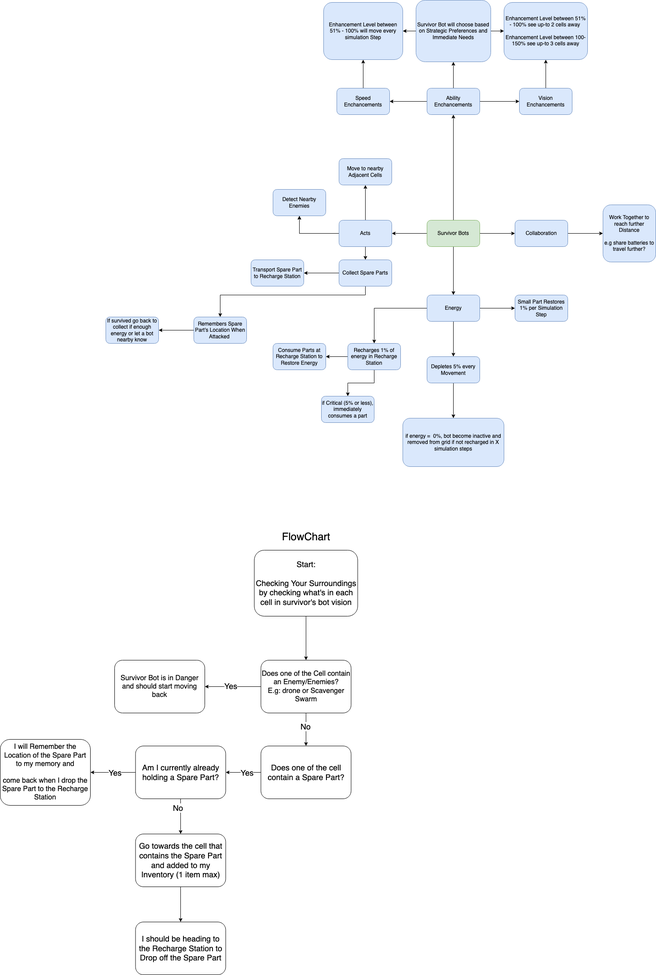
The draw.io diagram diagrams/Survivor_Bots.drawio.png in Raul-Prisecaru/Techburg-city, before a commit. Source tidied: cells renumbered, new cells last; positions are measured from the earlier drawing's top-left corner, leaving out a move shared by most shapes.
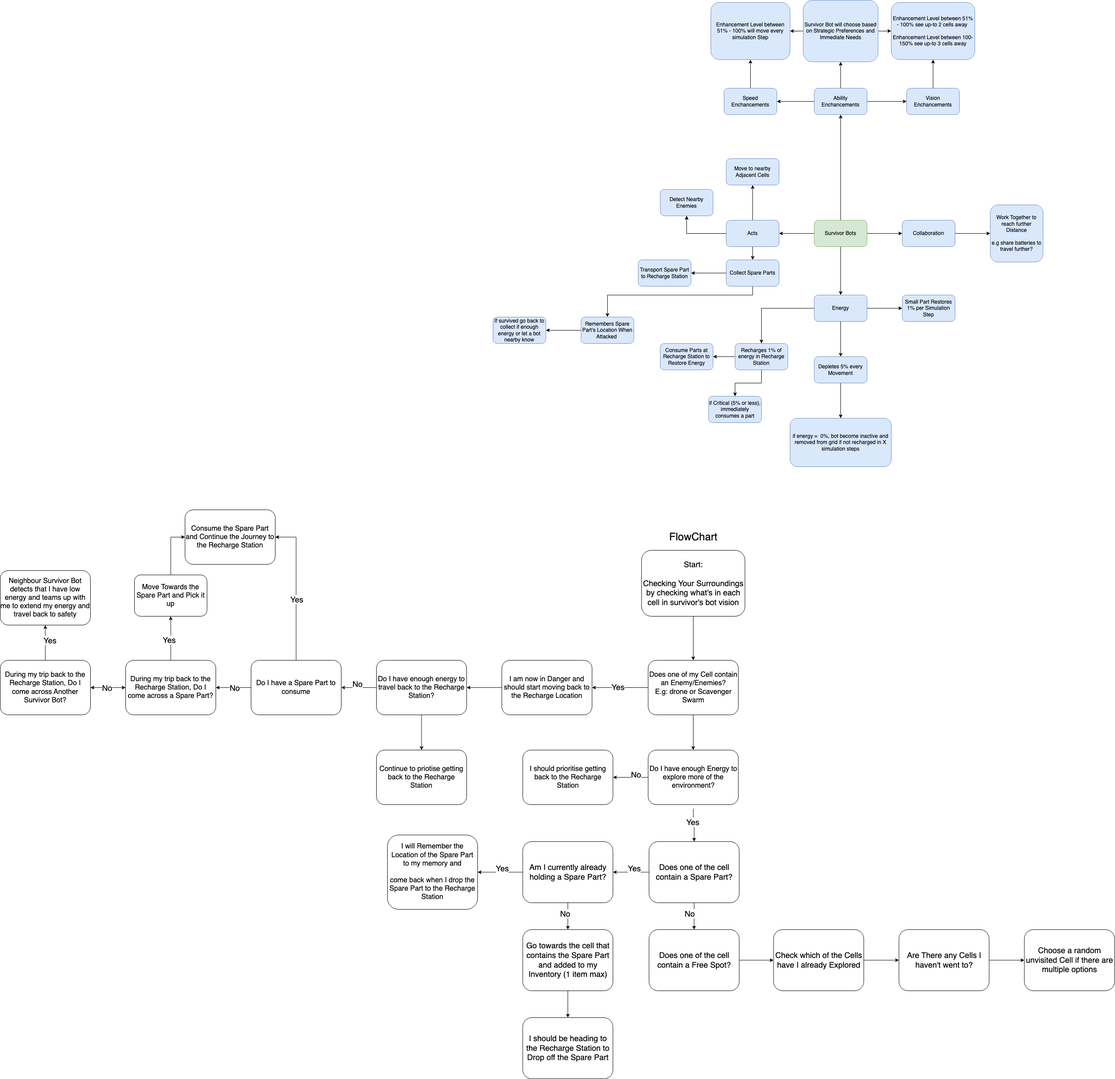
Above is the later version.

Commit message:
Added: Continued to add further Logic to the Act function Flowchart

Change to the diagram source:
```diff
@@ -166,23 +166,34 @@
     <mxCell id="54" value="&lt;font style=&quot;font-size: 18px;&quot;&gt;Yes&lt;/font&gt;" style="edgeLabel;html=1;align=center;verticalAlign=middle;" parent="53" vertex="1">
       <mxGeometry x="0.08" y="-2" relative="1" as="geometry" />
     </mxCell>
-    <mxCell id="55" style="edgeStyle=orthogonalEdgeStyle;rounded=0;jettySize=auto;html=1;" parent="1" edge="1" source="56" target="59">
-      <mxGeometry relative="1" as="geometry" />
+    <mxCell id="55" style="edgeStyle=orthogonalEdgeStyle;rounded=0;jettySize=auto;html=1;" parent="1" edge="1" target="59">
+      <mxGeometry relative="1" as="geometry">
+        <mxPoint x="695" y="1837" as="sourcePoint" />
+      </mxGeometry>
     </mxCell>
+    <mxCell id="71" style="edgeStyle=orthogonalEdgeStyle;rounded=0;jettySize=auto;html=1;" parent="1" edge="1" source="56" target="82">
+      <mxGeometry relative="1" as="geometry" />
+    </mxCell>
-    <mxCell id="56" value="&lt;font size=&quot;3&quot;&gt;Does one of the Cell contain an Enemy/Enemies?&lt;br&gt;E.g: drone or Scavenger Swarm&lt;br&gt;&lt;/font&gt;" style="rounded=1;whiteSpace=wrap;html=1;" parent="1" vertex="1">
-      <mxGeometry x="592.5" y="1500" width="205" height="120" as="geometry" />
+    <mxCell id="56" value="&lt;font size=&quot;3&quot;&gt;Does one of my Cell contain an Enemy/Enemies?&lt;br&gt;E.g: drone or Scavenger Swarm&lt;br&gt;&lt;/font&gt;" style="rounded=1;whiteSpace=wrap;html=1;" parent="1" vertex="1">
+      <mxGeometry x="592.5" y="1500" width="205" height="124" as="geometry" />
     </mxCell>
+    <mxCell id="72" style="edgeStyle=orthogonalEdgeStyle;rounded=0;jettySize=auto;html=1;" parent="1" edge="1" source="57" target="88">
+      <mxGeometry relative="1" as="geometry" />
+    </mxCell>
-    <mxCell id="57" value="&lt;font size=&quot;3&quot;&gt;Survivor Bot is in Danger and should start moving back&lt;br&gt;&lt;/font&gt;" style="rounded=1;whiteSpace=wrap;html=1;" parent="1" vertex="1">
-      <mxGeometry x="260" y="1500" width="205" height="120" as="geometry" />
+    <mxCell id="57" value="&lt;font size=&quot;3&quot;&gt;I am now in Danger and should start moving back to the Recharge Location&lt;br&gt;&lt;/font&gt;" style="rounded=1;whiteSpace=wrap;html=1;" parent="1" vertex="1">
+      <mxGeometry x="260" y="1500" width="205" height="124" as="geometry" />
     </mxCell>
     <mxCell id="58" style="edgeStyle=orthogonalEdgeStyle;rounded=0;jettySize=auto;html=1;" parent="1" edge="1" source="59" target="63">
       <mxGeometry relative="1" as="geometry" />
     </mxCell>
+    <mxCell id="73" style="edgeStyle=orthogonalEdgeStyle;rounded=0;jettySize=auto;html=1;" parent="1" edge="1" source="59" target="75">
+      <mxGeometry relative="1" as="geometry" />
+    </mxCell>
     <mxCell id="59" value="&lt;font style=&quot;font-size: 18px;&quot;&gt;Does one of the cell contain a Spare Part?&lt;/font&gt;" style="rounded=1;whiteSpace=wrap;html=1;" parent="1" vertex="1">
-      <mxGeometry x="592.5" y="1695" width="205" height="120" as="geometry" />
+      <mxGeometry x="594.5" y="1912" width="205" height="139" as="geometry" />
     </mxCell>
     <mxCell id="60" value="&lt;font size=&quot;3&quot;&gt;I will Remember the Location of the Spare Part to my memory and&lt;br&gt;&lt;br&gt;come back when I drop the Spare Part to the Recharge Station&lt;br&gt;&lt;/font&gt;" style="rounded=1;whiteSpace=wrap;html=1;" parent="1" vertex="1">
-      <mxGeometry y="1680" width="205" height="150" as="geometry" />
+      <mxGeometry y="1897" width="205" height="169" as="geometry" />
     </mxCell>
     <mxCell id="61" style="edgeStyle=orthogonalEdgeStyle;rounded=0;jettySize=auto;html=1;" parent="1" edge="1" source="63" target="60">
       <mxGeometry relative="1" as="geometry" />
@@ -191,32 +202,153 @@
       <mxGeometry relative="1" as="geometry" />
     </mxCell>
     <mxCell id="63" value="&lt;font style=&quot;font-size: 18px;&quot;&gt;Am I currently already holding a Spare Part?&lt;/font&gt;" style="rounded=1;whiteSpace=wrap;html=1;" parent="1" vertex="1">
-      <mxGeometry x="307.5" y="1695" width="205" height="120" as="geometry" />
+      <mxGeometry x="307.5" y="1912" width="205" height="139" as="geometry" />
     </mxCell>
     <mxCell id="64" style="edgeStyle=orthogonalEdgeStyle;rounded=0;jettySize=auto;html=1;" parent="1" edge="1" source="65" target="70">
       <mxGeometry relative="1" as="geometry" />
     </mxCell>
     <mxCell id="65" value="&lt;span style=&quot;font-size: 18px;&quot;&gt;Go towards the cell that contains the Spare Part and added to my Inventory (1 item max)&lt;/span&gt;" style="rounded=1;whiteSpace=wrap;html=1;" parent="1" vertex="1">
-      <mxGeometry x="307.5" y="1895" width="205" height="120" as="geometry" />
+      <mxGeometry x="307.5" y="2112" width="205" height="139" as="geometry" />
     </mxCell>
-    <mxCell id="66" value="&lt;font style=&quot;font-size: 18px;&quot;&gt;No&lt;/font&gt;" style="edgeLabel;html=1;align=center;verticalAlign=middle;" parent="1" vertex="1">
-      <mxGeometry x="697" y="1650" as="geometry">
+    <mxCell id="66" value="&lt;font style=&quot;font-size: 18px;&quot;&gt;Yes&lt;/font&gt;" style="edgeLabel;html=1;align=center;verticalAlign=middle;" parent="1" vertex="1">
+      <mxGeometry x="697" y="1867" as="geometry">
         <mxPoint x="-4" as="offset" />
       </mxGeometry>
     </mxCell>
     <mxCell id="67" value="&lt;font style=&quot;font-size: 18px;&quot;&gt;Yes&lt;/font&gt;" style="edgeLabel;html=1;align=center;verticalAlign=middle;" parent="1" vertex="1">
-      <mxGeometry x="560" y="1755" as="geometry" />
+      <mxGeometry x="560" y="1972" as="geometry" />
     </mxCell>
     <mxCell id="68" value="&lt;font style=&quot;font-size: 18px;&quot;&gt;Yes&lt;/font&gt;" style="edgeLabel;html=1;align=center;verticalAlign=middle;" parent="1" vertex="1">
-      <mxGeometry x="260" y="1755" as="geometry" />
+      <mxGeometry x="260" y="1972" as="geometry" />
     </mxCell>
     <mxCell id="69" value="&lt;font style=&quot;font-size: 18px;&quot;&gt;No&lt;/font&gt;" style="edgeLabel;html=1;align=center;verticalAlign=middle;" parent="1" vertex="1">
-      <mxGeometry x="410" y="1840" as="geometry">
+      <mxGeometry x="410" y="2080" as="geometry">
         <mxPoint x="-7" y="-5" as="offset" />
       </mxGeometry>
     </mxCell>
     <mxCell id="70" value="&lt;span style=&quot;font-size: 18px;&quot;&gt;I should be heading to the Recharge Station to Drop off the Spare Part&lt;/span&gt;" style="rounded=1;whiteSpace=wrap;html=1;" parent="1" vertex="1">
-      <mxGeometry x="307.5" y="2095" width="205" height="120" as="geometry" />
+      <mxGeometry x="307.5" y="2312" width="205" height="139" as="geometry" />
     </mxCell>
+    <mxCell id="74" style="edgeStyle=orthogonalEdgeStyle;rounded=0;jettySize=auto;html=1;" parent="1" edge="1" source="75" target="77">
+      <mxGeometry relative="1" as="geometry" />
+    </mxCell>
+    <mxCell id="75" value="&lt;font style=&quot;font-size: 18px;&quot;&gt;Does one of the cell contain a Free Spot?&lt;/font&gt;" style="rounded=1;whiteSpace=wrap;html=1;" parent="1" vertex="1">
+      <mxGeometry x="594.5" y="2112" width="205" height="139" as="geometry" />
+    </mxCell>
+    <mxCell id="76" style="edgeStyle=orthogonalEdgeStyle;rounded=0;jettySize=auto;html=1;" parent="1" edge="1" source="77" target="79">
+      <mxGeometry relative="1" as="geometry" />
+    </mxCell>
+    <mxCell id="77" value="&lt;font style=&quot;font-size: 18px;&quot;&gt;Check which of the Cells have I already Explored&lt;/font&gt;" style="rounded=1;whiteSpace=wrap;html=1;" parent="1" vertex="1">
+      <mxGeometry x="877.5" y="2112" width="205" height="139" as="geometry" />
+    </mxCell>
+    <mxCell id="78" style="edgeStyle=orthogonalEdgeStyle;rounded=0;jettySize=auto;html=1;" parent="1" edge="1" source="79" target="80">
+      <mxGeometry relative="1" as="geometry" />
+    </mxCell>
+    <mxCell id="79" value="&lt;font style=&quot;font-size: 18px;&quot;&gt;Are There any Cells I haven't went to?&lt;/font&gt;" style="rounded=1;whiteSpace=wrap;html=1;" parent="1" vertex="1">
+      <mxGeometry x="1162.5" y="2112" width="205" height="139" as="geometry" />
+    </mxCell>
+    <mxCell id="80" value="&lt;font style=&quot;font-size: 18px;&quot;&gt;Choose a random unvisited Cell if there are multiple options&lt;/font&gt;" style="rounded=1;whiteSpace=wrap;html=1;" parent="1" vertex="1">
+      <mxGeometry x="1447.5" y="2112" width="205" height="139" as="geometry" />
+    </mxCell>
+    <mxCell id="81" style="edgeStyle=orthogonalEdgeStyle;rounded=0;jettySize=auto;html=1;" parent="1" edge="1" source="82" target="83">
+      <mxGeometry relative="1" as="geometry" />
+    </mxCell>
+    <mxCell id="82" value="&lt;font size=&quot;3&quot;&gt;Do I have enough Energy to explore more of the environment?&lt;br&gt;&lt;/font&gt;" style="rounded=1;whiteSpace=wrap;html=1;" parent="1" vertex="1">
+      <mxGeometry x="592.5" y="1704" width="205" height="124" as="geometry" />
+    </mxCell>
+    <mxCell id="83" value="&lt;font size=&quot;3&quot;&gt;I should prioritise getting back to the Recharge Station&lt;br&gt;&lt;/font&gt;" style="rounded=1;whiteSpace=wrap;html=1;" parent="1" vertex="1">
+      <mxGeometry x="307.5" y="1704" width="205" height="124" as="geometry" />
+    </mxCell>
+    <mxCell id="84" value="&lt;font style=&quot;font-size: 18px;&quot;&gt;No&lt;/font&gt;" style="edgeLabel;html=1;align=center;verticalAlign=middle;" parent="1" vertex="1">
+      <mxGeometry x="560" y="1766" as="geometry">
+        <mxPoint x="4" y="-7" as="offset" />
+      </mxGeometry>
+    </mxCell>
+    <mxCell id="85" value="&lt;font style=&quot;font-size: 18px;&quot;&gt;No&lt;/font&gt;" style="edgeLabel;html=1;align=center;verticalAlign=middle;" parent="1" vertex="1">
+      <mxGeometry x="707" y="1877" as="geometry">
+        <mxPoint x="-21" y="198" as="offset" />
+      </mxGeometry>
+    </mxCell>
+    <mxCell id="86" style="edgeStyle=orthogonalEdgeStyle;rounded=0;jettySize=auto;html=1;" parent="1" edge="1" source="88" target="91">
+      <mxGeometry relative="1" as="geometry" />
+    </mxCell>
+    <mxCell id="87" style="edgeStyle=orthogonalEdgeStyle;rounded=0;jettySize=auto;html=1;" parent="1" edge="1" source="88" target="94">
+      <mxGeometry relative="1" as="geometry" />
+    </mxCell>
+    <mxCell id="88" value="&lt;font size=&quot;3&quot;&gt;Do I have enough energy to travel back to the Recharge Station?&lt;br&gt;&lt;/font&gt;" style="rounded=1;whiteSpace=wrap;html=1;" parent="1" vertex="1">
+      <mxGeometry x="-25" y="1500" width="205" height="124" as="geometry" />
+    </mxCell>
+    <mxCell id="89" style="edgeStyle=orthogonalEdgeStyle;rounded=0;jettySize=auto;html=1;entryX=1;entryY=0.5;entryDx=0;entryDy=0;" parent="1" edge="1" source="91" target="93">
+      <mxGeometry relative="1" as="geometry" />
+    </mxCell>
+    <mxCell id="90" style="edgeStyle=orthogonalEdgeStyle;rounded=0;jettySize=auto;html=1;" parent="1" edge="1" source="91" target="98">
+      <mxGeometry relative="1" as="geometry" />
+    </mxCell>
+    <mxCell id="91" value="&lt;font size=&quot;3&quot;&gt;Do I have a Spare Part to consume&lt;br&gt;&lt;/font&gt;" style="rounded=1;whiteSpace=wrap;html=1;" parent="1" vertex="1">
+      <mxGeometry x="-310" y="1500" width="205" height="124" as="geometry" />
+    </mxCell>
+    <mxCell id="92" value="&lt;font style=&quot;font-size: 18px;&quot;&gt;No&lt;/font&gt;" style="edgeLabel;html=1;align=center;verticalAlign=middle;" parent="1" vertex="1">
+      <mxGeometry x="270" y="1982" as="geometry">
+        <mxPoint x="-339" y="-429" as="offset" />
+      </mxGeometry>
+    </mxCell>
+    <mxCell id="93" value="&lt;font size=&quot;3&quot;&gt;Consume the Spare Part and Continue the Journey to the Recharge Station&lt;br&gt;&lt;/font&gt;" style="rounded=1;whiteSpace=wrap;html=1;" parent="1" vertex="1">
+      <mxGeometry x="-460" y="1158" width="205" height="124" as="geometry" />
+    </mxCell>
+    <mxCell id="94" value="&lt;font size=&quot;3&quot;&gt;Continue to priotise getting back to the Recharge Station&lt;br&gt;&lt;/font&gt;" style="rounded=1;whiteSpace=wrap;html=1;" parent="1" vertex="1">
+      <mxGeometry x="-25" y="1704" width="205" height="124" as="geometry" />
+    </mxCell>
+    <mxCell id="95" value="&lt;font style=&quot;font-size: 18px;&quot;&gt;Yes&lt;/font&gt;" style="edgeLabel;html=1;align=center;verticalAlign=middle;" parent="1" vertex="1">
+      <mxGeometry x="280" y="1890" as="geometry">
+        <mxPoint x="-487" y="-529" as="offset" />
+      </mxGeometry>
+    </mxCell>
+    <mxCell id="96" style="edgeStyle=orthogonalEdgeStyle;rounded=0;jettySize=auto;html=1;entryX=0;entryY=0.5;entryDx=0;entryDy=0;" parent="1" edge="1" source="107" target="93">
+      <mxGeometry relative="1" as="geometry" />
+    </mxCell>
+    <mxCell id="97" style="edgeStyle=orthogonalEdgeStyle;rounded=0;jettySize=auto;html=1;" parent="1" edge="1" source="98" target="101">
+      <mxGeometry relative="1" as="geometry" />
+    </mxCell>
+    <mxCell id="98" value="&lt;font size=&quot;3&quot;&gt;During my trip back to the Recharge Station, Do I come across a Spare Part?&lt;br&gt;&lt;/font&gt;" style="rounded=1;whiteSpace=wrap;html=1;" parent="1" vertex="1">
+      <mxGeometry x="-595" y="1500" width="205" height="124" as="geometry" />
+    </mxCell>
+    <mxCell id="99" style="edgeStyle=orthogonalEdgeStyle;rounded=0;jettySize=auto;html=1;" parent="1" edge="1" source="101" target="102">
+      <mxGeometry relative="1" as="geometry" />
+    </mxCell>
+    <mxCell id="100" style="edgeStyle=orthogonalEdgeStyle;rounded=0;jettySize=auto;html=1;" parent="1" edge="1" source="101" target="98">
+      <mxGeometry relative="1" as="geometry" />
+    </mxCell>
+    <mxCell id="101" value="&lt;font size=&quot;3&quot;&gt;During my trip back to the Recharge Station, Do I come across Another Survivor Bot?&lt;br&gt;&lt;/font&gt;" style="rounded=1;whiteSpace=wrap;html=1;" parent="1" vertex="1">
+      <mxGeometry x="-880" y="1500" width="205" height="124" as="geometry" />
+    </mxCell>
+    <mxCell id="102" value="&lt;font size=&quot;3&quot;&gt;Neighbour Survivor Bot detects that I have low energy and teams up with me to extend my energy and travel back to safety&lt;br&gt;&lt;/font&gt;" style="rounded=1;whiteSpace=wrap;html=1;" parent="1" vertex="1">
+      <mxGeometry x="-880" y="1296" width="205" height="124" as="geometry" />
+    </mxCell>
+    <mxCell id="103" value="&lt;font style=&quot;font-size: 18px;&quot;&gt;Yes&lt;/font&gt;" style="edgeLabel;html=1;align=center;verticalAlign=middle;" parent="1" vertex="1">
+      <mxGeometry x="-10" y="1972" as="geometry">
+        <mxPoint x="-758" y="-518" as="offset" />
+      </mxGeometry>
+    </mxCell>
+    <mxCell id="104" value="&lt;font style=&quot;font-size: 18px;&quot;&gt;No&lt;/font&gt;" style="edgeLabel;html=1;align=center;verticalAlign=middle;" parent="1" vertex="1">
+      <mxGeometry x="120" y="2080" as="geometry">
+        <mxPoint x="-758" y="-518" as="offset" />
+      </mxGeometry>
+    </mxCell>
+    <mxCell id="105" value="&lt;font style=&quot;font-size: 18px;&quot;&gt;No&lt;/font&gt;" style="edgeLabel;html=1;align=center;verticalAlign=middle;" parent="1" vertex="1">
+      <mxGeometry x="410" y="2080" as="geometry">
+        <mxPoint x="-758" y="-518" as="offset" />
+      </mxGeometry>
+    </mxCell>
+    <mxCell id="106" style="edgeStyle=orthogonalEdgeStyle;rounded=0;jettySize=auto;html=1;entryX=0.5;entryY=1;entryDx=0;entryDy=0;" parent="1" edge="1" source="98" target="107">
+      <mxGeometry relative="1" as="geometry" />
+    </mxCell>
+    <mxCell id="107" value="&lt;font size=&quot;3&quot;&gt;Move Towards the Spare Part and Pick it up&lt;br&gt;&lt;/font&gt;" style="rounded=1;whiteSpace=wrap;html=1;" parent="1" vertex="1">
+      <mxGeometry x="-575" y="1306" width="165" height="94" as="geometry" />
+    </mxCell>
+    <mxCell id="108" value="&lt;font style=&quot;font-size: 18px;&quot;&gt;Yes&lt;/font&gt;" style="edgeLabel;html=1;align=center;verticalAlign=middle;" parent="1" vertex="1">
+      <mxGeometry x="-10" y="1982" as="geometry">
+        <mxPoint x="-487" y="-529" as="offset" />
+      </mxGeometry>
+    </mxCell>
   </root>
 </mxGraphModel>
```
